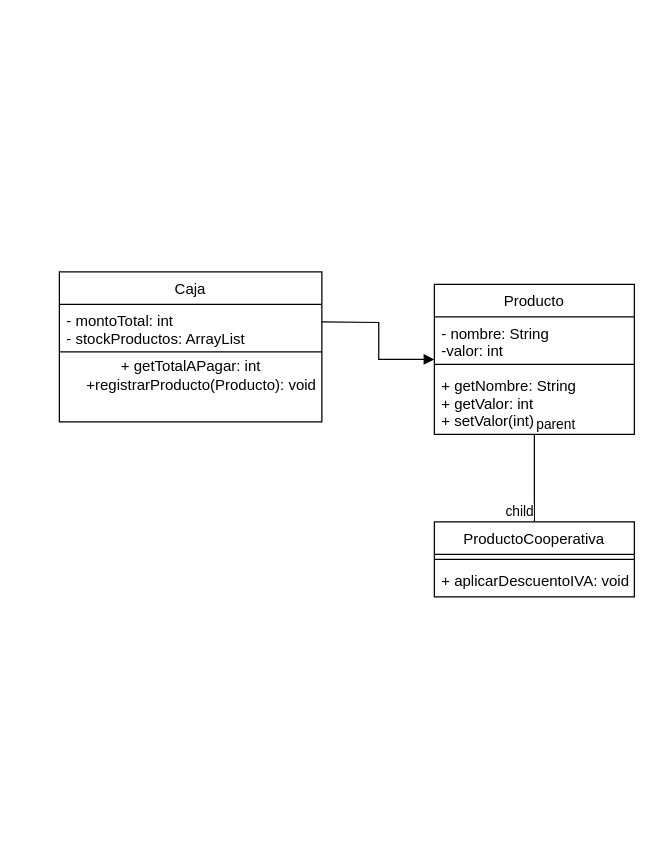
Earlier version of the draw.io diagram tp4_POOenJava/tp4_POOenJava/Untitled Diagram.drawio (lucianosantoleri/Obj2-UNQ-Santoleri). Source tidied: cells renumbered, new cells numbered last; positions are measured from the earlier drawing's top-left corner, leaving out a move shared by most shapes. Both pictures are drawn from the tidied source at 125%, with x=0, y=0 at pixel (59, 271).
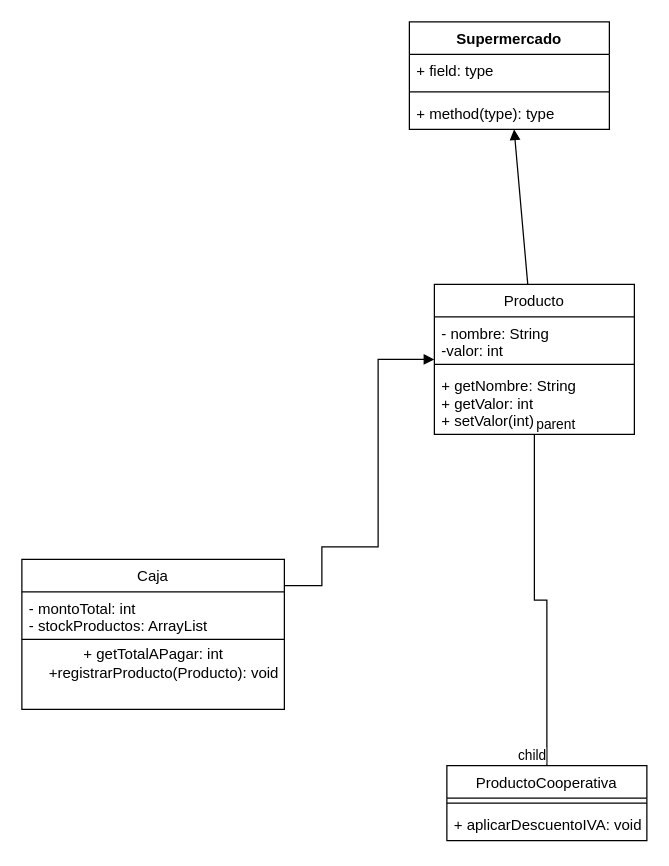
The same diagram, later.

The change refers to these unchanged cells:
```xml
<mxCell id="6" value="Producto" style="swimlane;fontStyle=0;align=center;verticalAlign=top;horizontal=1;startSize=26;" parent="1" vertex="1">
  <mxGeometry x="300" y="10" width="160" height="120" as="geometry" />
</mxCell>
```

The edit, as a diff of the source:
```diff
@@
     <mxCell id="2" value="Caja" style="swimlane;fontStyle=0;align=center;verticalAlign=top;horizontal=1;startSize=26;rounded=0;shadow=0;strokeWidth=1;" parent="1" vertex="1">
-      <mxGeometry width="210" height="120" as="geometry" />
+      <mxGeometry x="-30" y="230" width="210" height="120" as="geometry" />
     </mxCell>
@@
-    <mxCell id="10" style="html=1;verticalAlign=bottom;endArrow=block;rounded=0;edgeStyle=orthogonalEdgeStyle;" parent="1" edge="1" target="6">
+    <mxCell id="10" style="html=1;verticalAlign=bottom;endArrow=block;rounded=0;edgeStyle=orthogonalEdgeStyle;" parent="1" edge="1" source="2" target="6">
       <mxGeometry x="-0.25" y="-20" relative="1" as="geometry">
-        <mxPoint x="210" y="40" as="sourcePoint" />
+        <Array as="points">
+          <mxPoint x="210" y="251" />
+          <mxPoint x="210" y="220" />
+          <mxPoint x="255" y="220" />
+          <mxPoint x="255" y="70" />
+        </Array>
         <mxPoint x="20" y="-20" as="offset" />
       </mxGeometry>
     </mxCell>
     <mxCell id="11" value="ProductoCooperativa" style="swimlane;fontStyle=0;align=center;verticalAlign=top;horizontal=1;startSize=26;" parent="1" vertex="1">
-      <mxGeometry x="300" y="200" width="160" height="60" as="geometry" />
+      <mxGeometry x="310" y="395" width="160" height="60" as="geometry" />
     </mxCell>
@@
+    <mxCell id="17" value="Supermercado" style="swimlane;fontStyle=1;align=center;verticalAlign=top;horizontal=1;startSize=26;" parent="1" vertex="1">
+      <mxGeometry x="280" y="-200" width="160" height="86" as="geometry" />
+    </mxCell>
+    <mxCell id="18" value="+ field: type" style="text;strokeColor=none;fillColor=none;align=left;verticalAlign=top;spacingLeft=4;spacingRight=4;overflow=hidden;" parent="17" vertex="1">
+      <mxGeometry y="26" width="160" height="26" as="geometry" />
+    </mxCell>
+    <mxCell id="19" style="line;strokeWidth=1;fillColor=none;align=left;verticalAlign=middle;spacingTop=-1;spacingLeft=3;spacingRight=3;labelPosition=right;" parent="17" vertex="1">
+      <mxGeometry y="52" width="160" height="8" as="geometry" />
+    </mxCell>
+    <mxCell id="20" value="+ method(type): type" style="text;strokeColor=none;fillColor=none;align=left;verticalAlign=top;spacingLeft=4;spacingRight=4;overflow=hidden;" parent="17" vertex="1">
+      <mxGeometry y="60" width="160" height="26" as="geometry" />
+    </mxCell>
+    <mxCell id="21" style="html=1;verticalAlign=bottom;endArrow=block;" parent="1" edge="1" source="6" target="17">
+      <mxGeometry x="-0.13" y="-70" relative="1" as="geometry" />
+    </mxCell>
```
